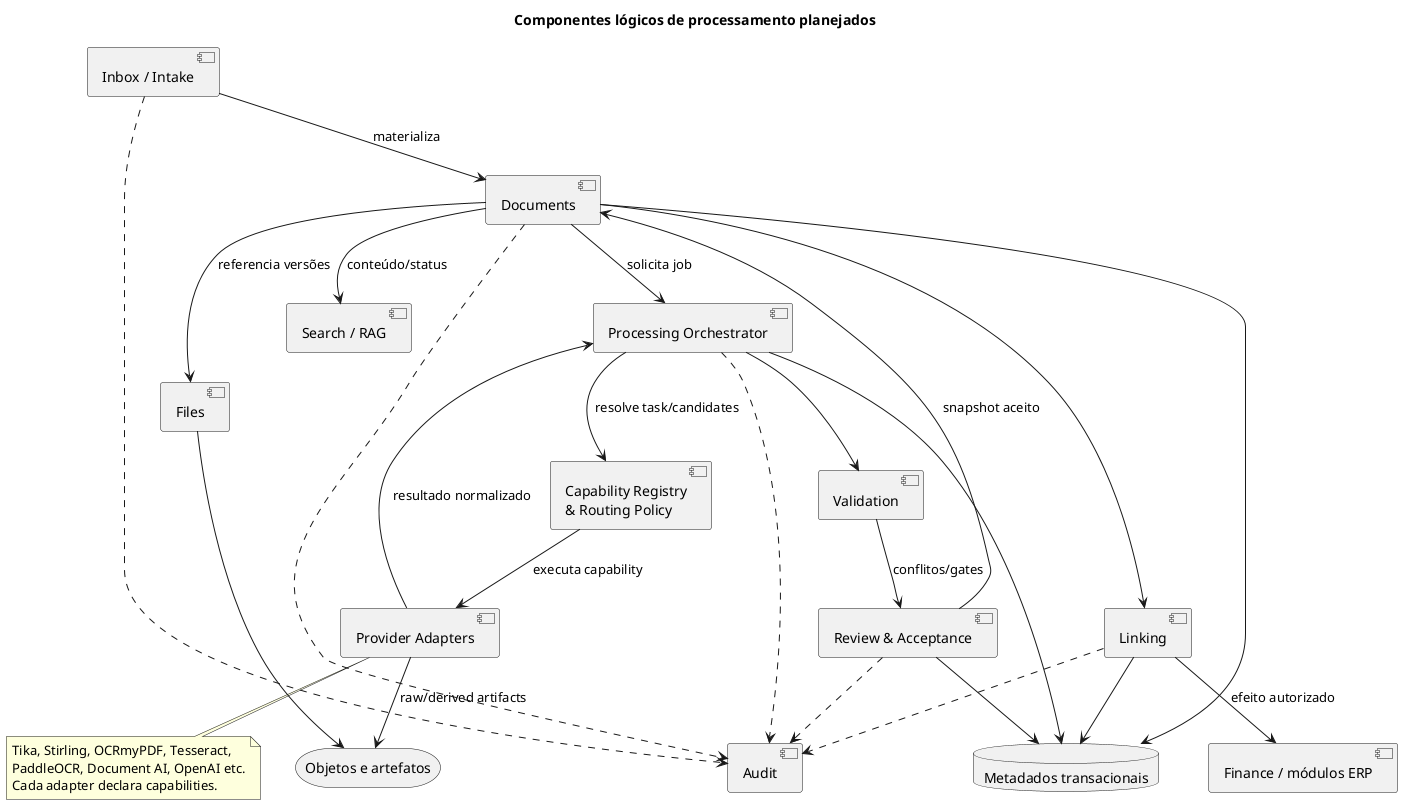
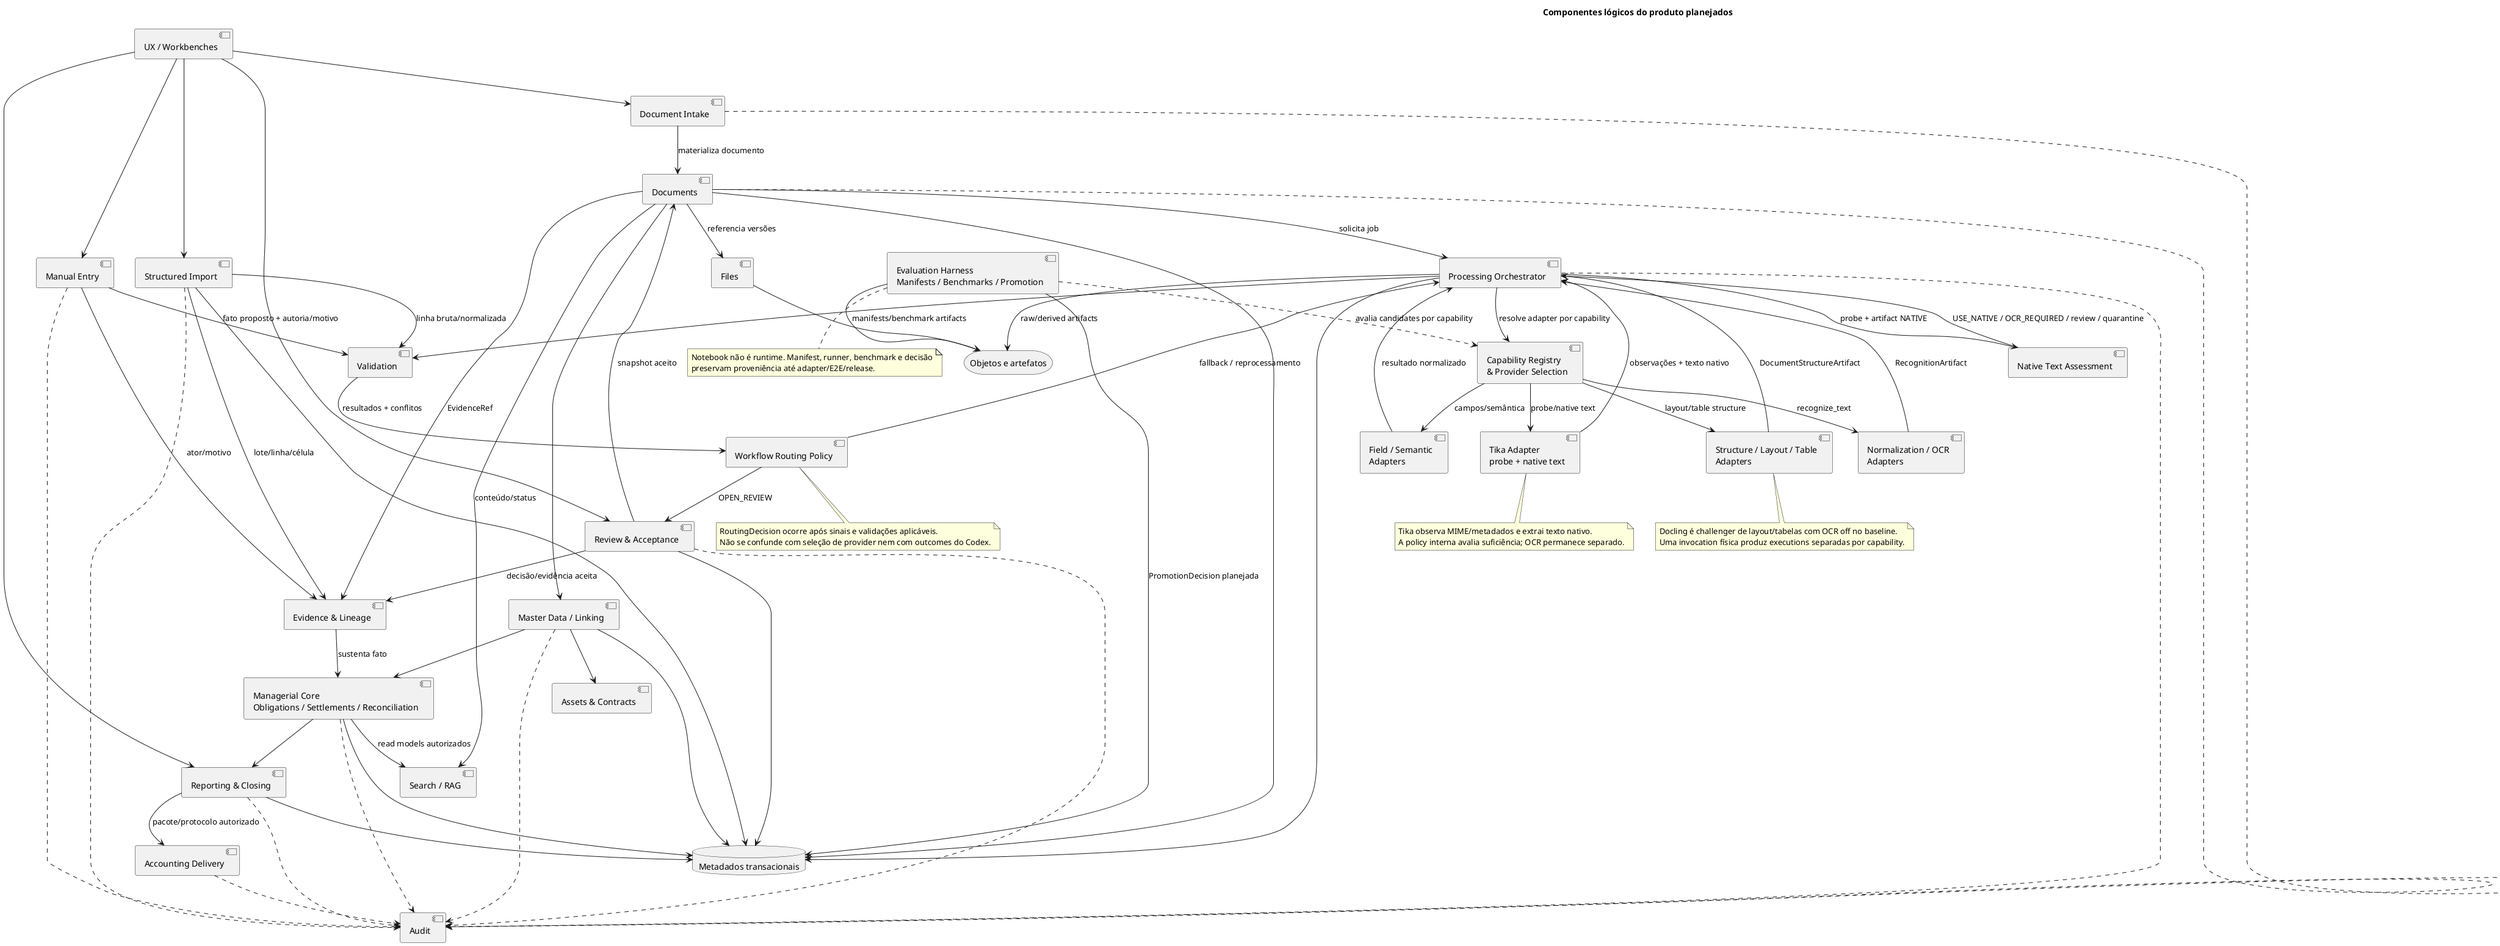
@startuml
- ' Issue #22
+ ' Issues #22, #73, #88 and #89
' Related ADRs: ADR-0009, ADR-0012, ADR-0013, ADR-0016 (proposed)
' Guardrail: planned logical boundaries in a modular monolith; not implemented services.

- title Componentes lógicos de processamento planejados
+ title Componentes lógicos do produto planejados

- component "Inbox / Intake" as Intake
+ component "UX / Workbenches" as UX
+ component "Document Intake" as Intake
+ component "Structured Import" as Imports
+ component "Manual Entry" as Manual
component "Documents" as Documents
component "Files" as Files
component "Processing Orchestrator" as Processing
- component "Capability Registry\n& Routing Policy" as Router
- component "Provider Adapters" as Adapters
+ component "Capability Registry\n& Provider Selection" as Registry
+ component "Native Text Assessment" as Assessment
+ component "Workflow Routing Policy" as Routing
+ component "Evaluation Harness\nManifests / Benchmarks / Promotion" as Evaluation
+ component "Tika Adapter\nprobe + native text" as TikaAdapter
+ component "Normalization / OCR\nAdapters" as RecognitionAdapters
+ component "Structure / Layout / Table\nAdapters" as StructureAdapters
+ component "Field / Semantic\nAdapters" as FieldAdapters
component "Validation" as Validation
component "Review & Acceptance" as Review
component "Audit" as Audit
- component "Linking" as Linking
- component "Finance / módulos ERP" as Finance
+ component "Evidence & Lineage" as Lineage
+ component "Master Data / Linking" as Linking
+ component "Assets & Contracts" as AssetsContracts
+ component "Managerial Core\nObligations / Settlements / Reconciliation" as Managerial
+ component "Reporting & Closing" as Reporting
+ component "Accounting Delivery" as Accounting
component "Search / RAG" as Search

database "Metadados transacionais" as DB
storage "Objetos e artefatos" as Objects

- Intake --> Documents : materializa
+ UX --> Intake
+ UX --> Imports
+ UX --> Manual
+ UX --> Review
+ UX --> Reporting
+ Intake --> Documents : materializa documento
+ Imports --> Validation : linha bruta/normalizada
+ Manual --> Validation : fato proposto + autoria/motivo
Documents --> Files : referencia versões
Files --> Objects
Documents --> Processing : solicita job
- Processing --> Router : resolve task/candidates
- Router --> Adapters : executa capability
- Adapters --> Objects : raw/derived artifacts
- Adapters --> Processing : resultado normalizado
+ Processing --> Registry : resolve adapter por capability
+ Registry --> TikaAdapter : probe/native text
+ Registry --> RecognitionAdapters : recognize_text
+ Registry --> StructureAdapters : layout/table structure
+ Registry --> FieldAdapters : campos/semântica
+ TikaAdapter --> Processing : observações + texto nativo
+ Processing --> Assessment : probe + artifact NATIVE
+ Assessment --> Processing : USE_NATIVE / OCR_REQUIRED / review / quarantine
+ RecognitionAdapters --> Processing : RecognitionArtifact
+ StructureAdapters --> Processing : DocumentStructureArtifact
+ FieldAdapters --> Processing : resultado normalizado
+ Processing --> Objects : raw/derived artifacts
Processing --> Validation
- Validation --> Review : conflitos/gates
+ Validation --> Routing : resultados + conflitos
+ Routing --> Review : OPEN_REVIEW
+ Routing --> Processing : fallback / reprocessamento
Review --> Documents : snapshot aceito
+ Review --> Lineage : decisão/evidência aceita
+ Documents --> Lineage : EvidenceRef
+ Imports --> Lineage : lote/linha/célula
+ Manual --> Lineage : ator/motivo
+ Lineage --> Managerial : sustenta fato
Documents --> Linking
- Linking --> Finance : efeito autorizado
+ Linking --> AssetsContracts
+ Linking --> Managerial
+ Managerial --> Reporting
+ Reporting --> Accounting : pacote/protocolo autorizado
Documents --> Search : conteúdo/status
+ Managerial --> Search : read models autorizados

Documents --> DB
+ Imports --> DB
Processing --> DB
Review --> DB
Linking --> DB
+ Managerial --> DB
+ Reporting --> DB
+ Evaluation --> Objects : manifests/benchmark artifacts
+ Evaluation --> DB : PromotionDecision planejada
+ Evaluation ..> Registry : avalia candidates por capability

Intake ..> Audit
+ Imports ..> Audit
+ Manual ..> Audit
Documents ..> Audit
Processing ..> Audit
Review ..> Audit
Linking ..> Audit
+ Managerial ..> Audit
+ Reporting ..> Audit
+ Accounting ..> Audit

- note bottom of Adapters
-   Tika, Stirling, OCRmyPDF, Tesseract,
-   PaddleOCR, Document AI, OpenAI etc.
-   Cada adapter declara capabilities.
+ note bottom of TikaAdapter
+   Tika observa MIME/metadados e extrai texto nativo.
+   A policy interna avalia suficiência; OCR permanece separado.
+ end note
+ 
+ note bottom of Routing
+   RoutingDecision ocorre após sinais e validações aplicáveis.
+   Não se confunde com seleção de provider nem com outcomes do Codex.
+ end note
+ 
+ note bottom of StructureAdapters
+   Docling é challenger de layout/tabelas com OCR off no baseline.
+   Uma invocation física produz executions separadas por capability.
+ end note
+ 
+ note bottom of Evaluation
+   Notebook não é runtime. Manifest, runner, benchmark e decisão
+   preservam proveniência até adapter/E2E/release.
end note

@enduml
- 
